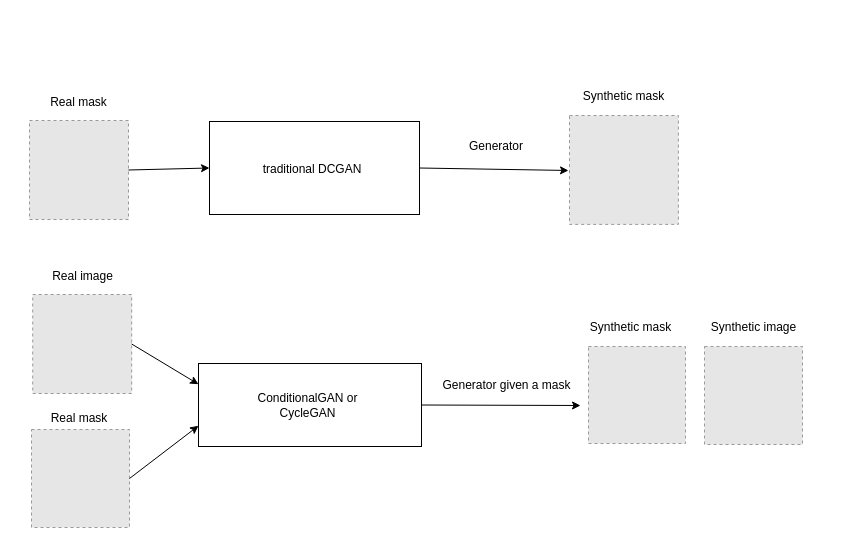
This is src/Untitled Diagram.drawio from KamenDamov/IFT3710-Advanced-Project-in-ML-AI, a draw.io file, before an edit. Source tidied: cells renumbered, new cells numbered last; positions are measured from the earlier drawing's top-left corner, leaving out a move shared by most shapes. Both pictures are drawn from the tidied source at 100%, with x=0, y=0 at pixel (17, 76). Pictures stored in the file or linked from it are replaced by grey dashed boxes.
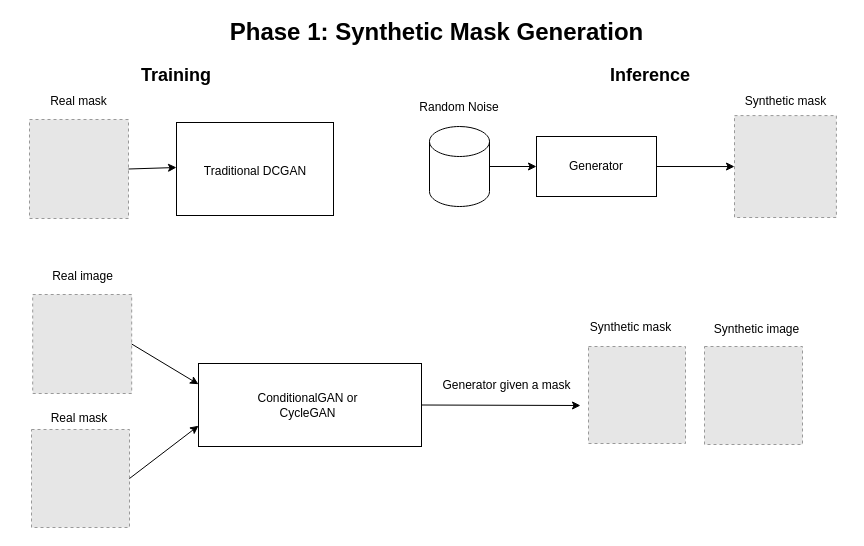
The same diagram, later.

Diff of the diagram source:
```diff
@@
     <mxCell id="2" style="rounded=0;whiteSpace=wrap;html=1;" parent="1" vertex="1">
-      <mxGeometry x="192" y="45" width="210" height="93" as="geometry" />
+      <mxGeometry x="159" y="46" width="157" height="93" as="geometry" />
     </mxCell>
-    <mxCell id="3" value="traditional DCGAN" style="text;html=1;align=center;verticalAlign=middle;whiteSpace=wrap;rounded=0;" parent="1" vertex="1">
-      <mxGeometry x="209" y="72.2" width="172" height="42.5" as="geometry" />
+    <mxCell id="3" value="Traditional DCGAN" style="text;html=1;align=center;verticalAlign=middle;whiteSpace=wrap;rounded=0;" parent="1" vertex="1">
+      <mxGeometry x="160" y="75.2" width="156" height="39.8" as="geometry" />
     </mxCell>
     <mxCell id="4" style="fillColor=#E6E6E6;strokeColor=#999999;dashed=1;verticalLabelPosition=bottom;labelBackgroundColor=default;verticalAlign=top;" parent="1" vertex="1">
-      <mxGeometry x="12" y="44" width="99" height="99" as="geometry" />
+      <mxGeometry x="12" y="43" width="99" height="99" as="geometry" />
     </mxCell>
     <mxCell id="5" value="Real mask" style="text;html=1;align=center;verticalAlign=middle;whiteSpace=wrap;rounded=0;" parent="1" vertex="1">
-      <mxGeometry y="6" width="123" height="39" as="geometry" />
+      <mxGeometry y="5" width="123" height="39" as="geometry" />
     </mxCell>
-    <mxCell id="6" style="endArrow=classic;html=1;rounded=0;exitX=1;exitY=0.5;exitDx=0;exitDy=0;entryX=0;entryY=0.5;entryDx=0;entryDy=0;" parent="1" edge="1" source="4" target="2">
-      <mxGeometry relative="1" as="geometry" />
+    <mxCell id="6" style="endArrow=classic;html=1;rounded=0;exitX=1;exitY=0.5;exitDx=0;exitDy=0;" parent="1" edge="1" source="4">
+      <mxGeometry relative="1" as="geometry">
+        <mxPoint x="159" y="91" as="targetPoint" />
+      </mxGeometry>
     </mxCell>
-    <mxCell id="7" style="endArrow=classic;html=1;rounded=0;exitX=1;exitY=0.5;exitDx=0;exitDy=0;" parent="1" edge="1" source="2">
-      <mxGeometry relative="1" as="geometry">
-        <mxPoint x="551" y="94" as="targetPoint" />
-      </mxGeometry>
-    </mxCell>
     <mxCell id="8" style="fillColor=#E6E6E6;strokeColor=#999999;dashed=1;verticalLabelPosition=bottom;labelBackgroundColor=default;verticalAlign=top;" parent="1" vertex="1">
-      <mxGeometry x="552" y="39" width="108.9" height="108.9" as="geometry" />
+      <mxGeometry x="717" y="39.1" width="101.9" height="101.9" as="geometry" />
     </mxCell>
     <mxCell id="9" value="Synthetic mask" style="text;html=1;align=center;verticalAlign=middle;whiteSpace=wrap;rounded=0;" parent="1" vertex="1">
-      <mxGeometry x="544.9" y="0.1" width="123" height="39" as="geometry" />
+      <mxGeometry x="706.5" y="5" width="123" height="39" as="geometry" />
     </mxCell>
@@
-    <mxCell id="18" value="G&lt;span style=&quot;background-color: transparent; color: light-dark(rgb(0, 0, 0), rgb(255, 255, 255));&quot;&gt;enerator&lt;/span&gt;" style="text;html=1;align=center;verticalAlign=middle;whiteSpace=wrap;rounded=0;" parent="1" vertex="1">
-      <mxGeometry x="446" y="55" width="66" height="30" as="geometry" />
-    </mxCell>
@@
     <mxCell id="24" value="Synthetic image" style="text;html=1;align=center;verticalAlign=middle;whiteSpace=wrap;rounded=0;" parent="1" vertex="1">
-      <mxGeometry x="674.5" y="231" width="123" height="39" as="geometry" />
+      <mxGeometry x="678" y="233" width="123" height="39" as="geometry" />
     </mxCell>
+    <mxCell id="25" value="Generator" style="rounded=0;whiteSpace=wrap;html=1;" parent="1" vertex="1">
+      <mxGeometry x="519" y="60" width="120" height="60" as="geometry" />
+    </mxCell>
+    <mxCell id="26" style="shape=cylinder3;whiteSpace=wrap;html=1;boundedLbl=1;backgroundOutline=1;size=15;" parent="1" vertex="1">
+      <mxGeometry x="412" y="50" width="60" height="80" as="geometry" />
+    </mxCell>
+    <mxCell id="27" value="Random Noise" style="text;html=1;align=center;verticalAlign=middle;whiteSpace=wrap;rounded=0;" parent="1" vertex="1">
+      <mxGeometry x="399" y="16" width="86" height="30" as="geometry" />
+    </mxCell>
+    <mxCell id="28" value="&lt;font style=&quot;font-size: 18px;&quot;&gt;&lt;b&gt;Training&lt;/b&gt;&lt;/font&gt;" style="text;html=1;align=center;verticalAlign=middle;whiteSpace=wrap;rounded=0;" parent="1" vertex="1">
+      <mxGeometry x="129" y="-16" width="60" height="30" as="geometry" />
+    </mxCell>
+    <mxCell id="29" style="endArrow=classic;html=1;rounded=0;exitX=1;exitY=0.5;exitDx=0;exitDy=0;exitPerimeter=0;entryX=0;entryY=0.5;entryDx=0;entryDy=0;" parent="1" edge="1" source="26" target="25">
+      <mxGeometry relative="1" as="geometry" />
+    </mxCell>
+    <mxCell id="30" value="&lt;b&gt;&lt;font style=&quot;font-size: 18px;&quot;&gt;Inference&lt;/font&gt;&lt;/b&gt;" style="text;html=1;align=center;verticalAlign=middle;whiteSpace=wrap;rounded=0;" parent="1" vertex="1">
+      <mxGeometry x="579" y="-15" width="108" height="28" as="geometry" />
+    </mxCell>
+    <mxCell id="31" style="endArrow=classic;html=1;rounded=0;exitX=1;exitY=0.5;exitDx=0;exitDy=0;entryX=0;entryY=0.5;entryDx=0;entryDy=0;" parent="1" edge="1" source="25" target="8">
+      <mxGeometry relative="1" as="geometry" />
+    </mxCell>
+    <mxCell id="32" value="&lt;font style=&quot;font-size: 24px;&quot;&gt;&lt;b&gt;Phase 1: Synthetic Mask Generation&lt;/b&gt;&lt;/font&gt;" style="text;html=1;align=center;verticalAlign=middle;whiteSpace=wrap;rounded=0;" parent="1" vertex="1">
+      <mxGeometry x="188" y="-59" width="463" height="30" as="geometry" />
+    </mxCell>
```
